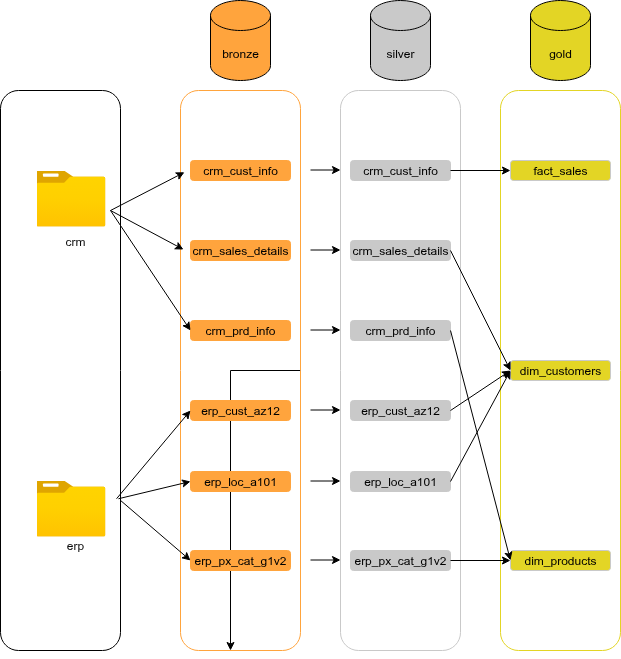
KonstantinosRamm/sql_data_warehouse_project keeps this draw.io diagram as docs/diagrams/data_flow.png. Above is the earlier version. Source tidied: cells renumbered, new cells last; positions are measured from the earlier drawing's top-left corner, leaving out a move shared by most shapes.
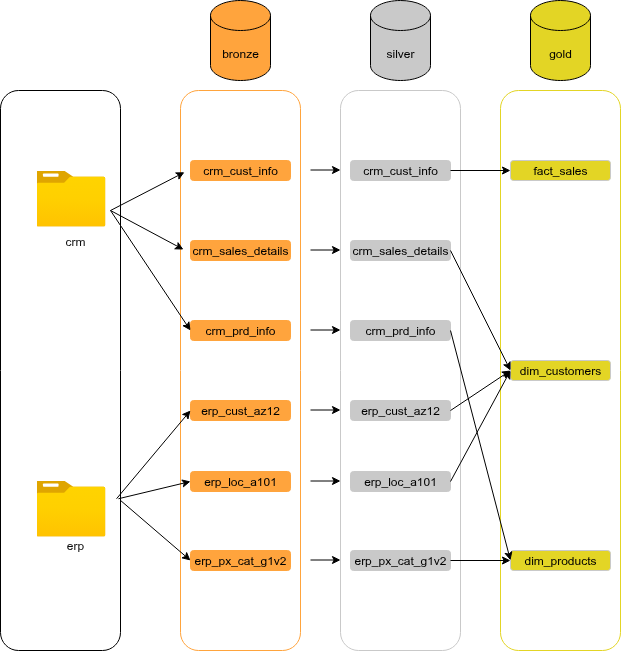
The same file after the commit.

Commit message:
Fixed mistakes in flow and design diagrams

Change to the diagram source:
```diff
@@ -23,12 +23,6 @@
     <mxCell id="8" style="rounded=1;whiteSpace=wrap;html=1;fillColor=none;strokeColor=#E3D525;" parent="1" vertex="1">
       <mxGeometry x="500" y="90" width="120" height="560" as="geometry" />
     </mxCell>
-    <mxCell id="9" style="edgeStyle=orthogonalEdgeStyle;rounded=0;orthogonalLoop=1;jettySize=auto;html=1;exitX=1;exitY=0.5;exitDx=0;exitDy=0;" parent="1" edge="1">
-      <mxGeometry relative="1" as="geometry">
-        <mxPoint x="300" y="370" as="sourcePoint" />
-        <mxPoint x="230" y="650" as="targetPoint" />
-      </mxGeometry>
-    </mxCell>
     <mxCell id="10" style="rounded=1;whiteSpace=wrap;html=1;fillColor=none;strokeColor=#FFA43D;" parent="1" vertex="1">
       <mxGeometry x="180" y="90" width="120" height="560" as="geometry" />
     </mxCell>
```
